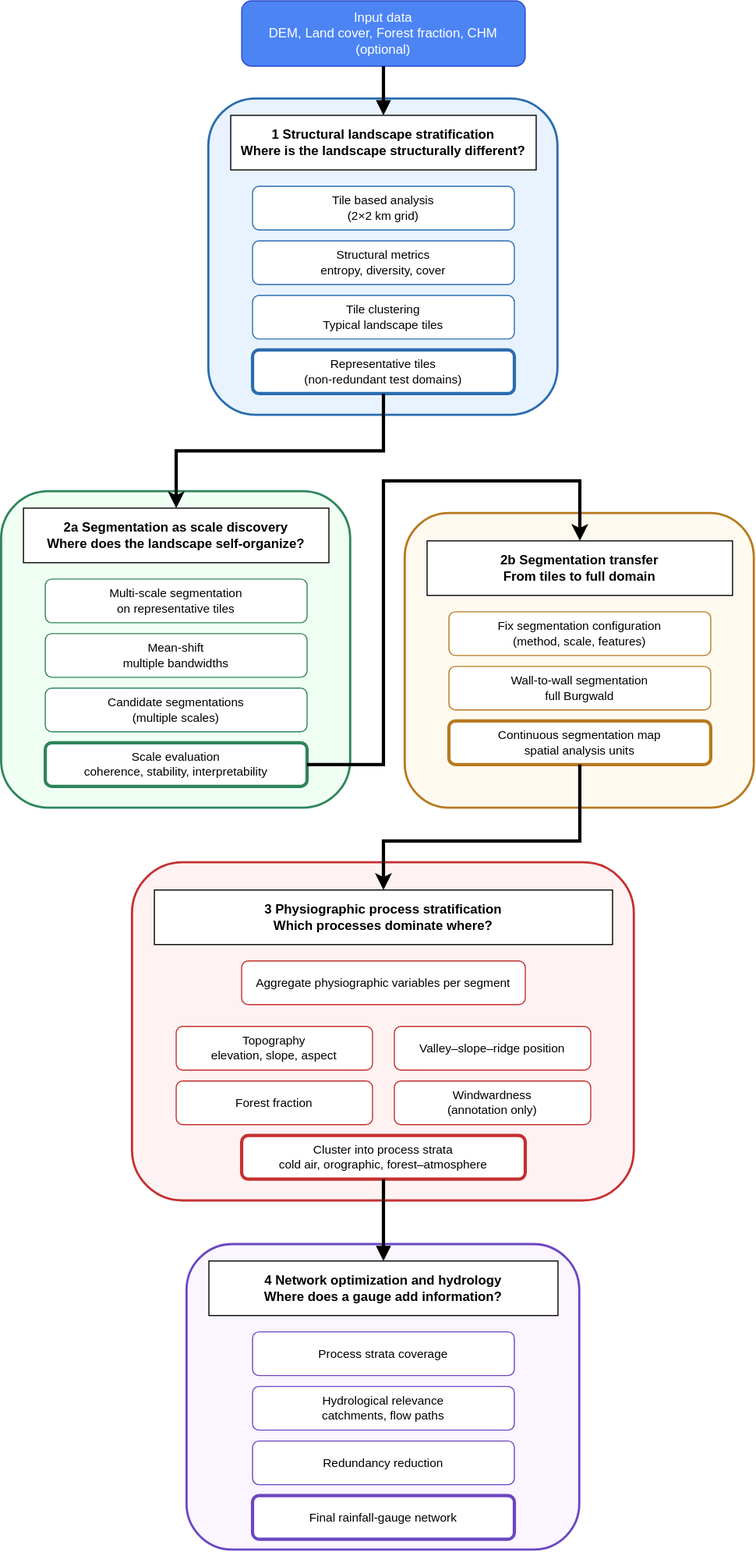
This is images/Untitled Diagram.drawio.svg from gisma-courses/LV-19-d19-006-25, a draw.io export, as it was before one commit. Source tidied: cells renumbered, new cells last; positions are measured from the earlier drawing's top-left corner, leaving out a move shared by most shapes.
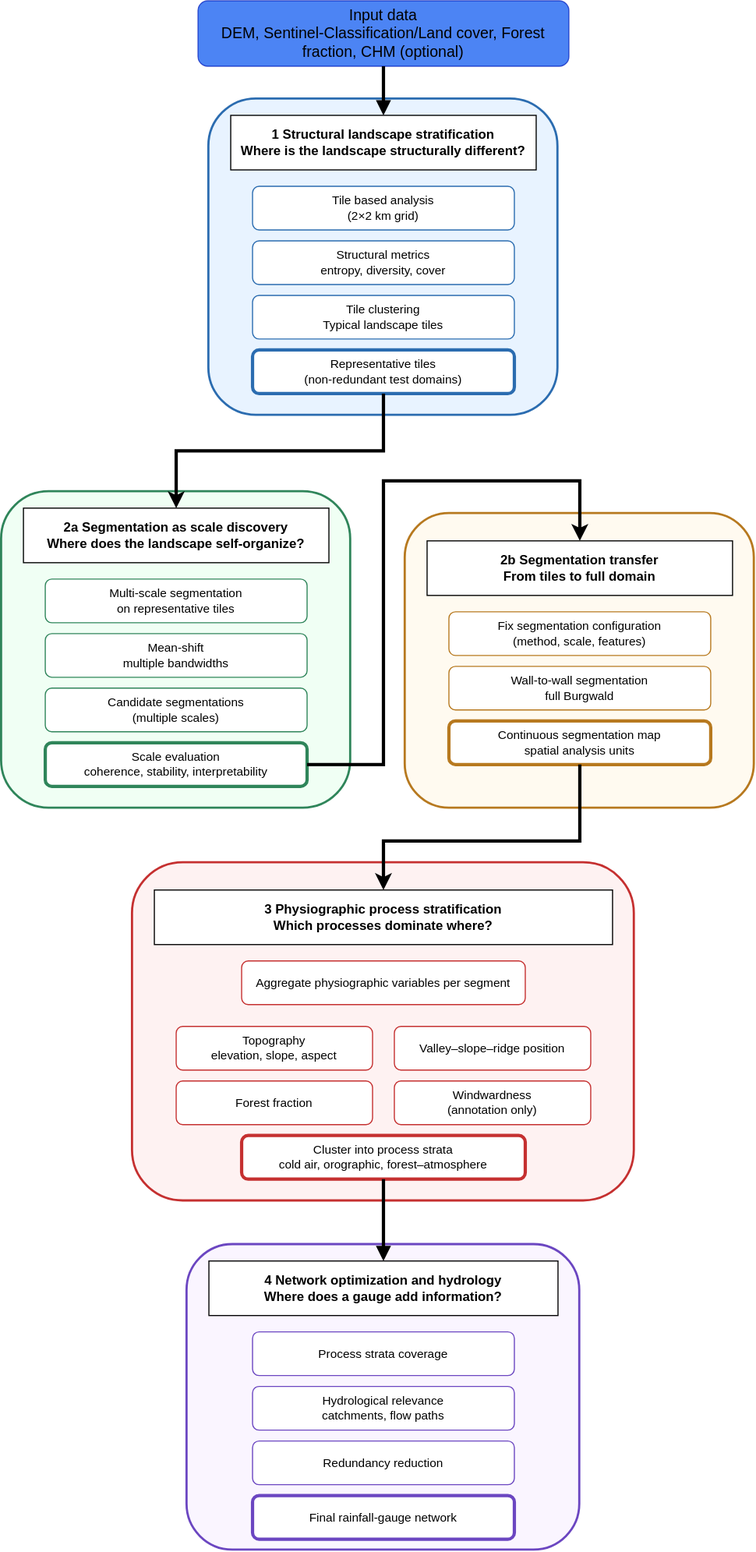
After the change.

The edit, as a diff of the source:
```diff
@@ -89,8 +89,8 @@
     <mxCell id="30" value="Scale evaluation&#10;coherence, stability, interpretability" style="rounded=1;whiteSpace=wrap;html=1;fillColor=#ffffff;strokeColor=#2F855A;fontSize=11;strokeWidth=3;" parent="24" vertex="1">
       <mxGeometry x="40" y="230" width="240" height="40" as="geometry" />
     </mxCell>
-    <mxCell id="31" value="Input data&#10;DEM, Land cover, Forest fraction, CHM (optional)" style="rounded=1;whiteSpace=wrap;html=1;fillColor=#0050ef;strokeColor=#001DBC;fontSize=12;fontColor=#ffffff;opacity=70;" parent="1" vertex="1">
-      <mxGeometry x="220" width="260" height="60" as="geometry" />
+    <mxCell id="31" value="&lt;font style=&quot;font-size: 14px; color: light-dark(rgb(0, 0, 0), rgb(255, 255, 255));&quot;&gt;Input data&lt;br&gt;DEM, Sentinel-Classification/Land cover, Forest fraction, CHM (optional)&lt;/font&gt;" style="rounded=1;whiteSpace=wrap;html=1;fillColor=#0050ef;strokeColor=#001DBC;fontSize=12;fontColor=#ffffff;opacity=70;" parent="1" vertex="1">
+      <mxGeometry x="180" width="340" height="60" as="geometry" />
     </mxCell>
     <mxCell id="32" style="rounded=1;whiteSpace=wrap;html=1;fillColor=#FAF5FF;strokeColor=#6B46C1;strokeWidth=2;" parent="1" vertex="1">
       <mxGeometry x="170" y="1140" width="360" height="280" as="geometry" />
```
